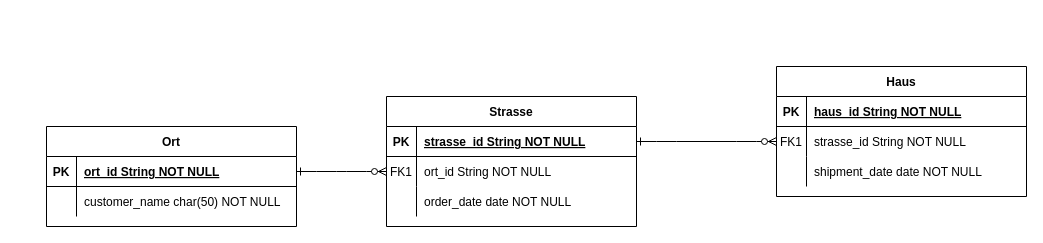
The draw.io diagram Unbenanntes Diagramm.drawio in ferreric/ffhs_dbs, before the edit. Source tidied: cells renumbered, new cells numbered last; positions are measured from the earlier drawing's top-left corner, leaving out a move shared by most shapes. Both pictures are drawn from the tidied source at 100%, with x=0, y=0 at pixel (46, 66).
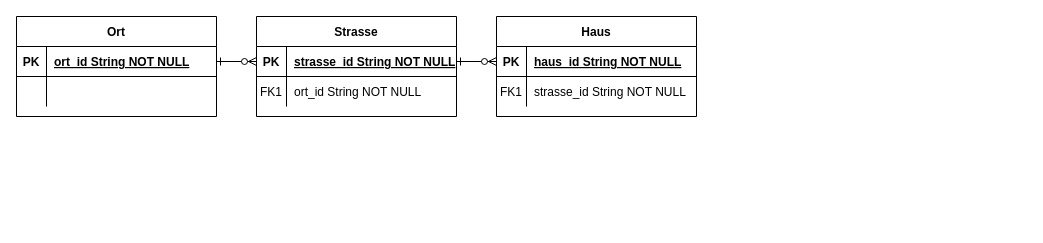
The same page after the edit.

The edit, as a diff of the source:
```diff
@@
-    <mxCell id="2" style="edgeStyle=entityRelationEdgeStyle;endArrow=ERzeroToMany;startArrow=ERone;endFill=1;startFill=0;" parent="1" edge="1" source="25" target="8">
+    <mxCell id="2" style="edgeStyle=entityRelationEdgeStyle;endArrow=ERzeroToMany;startArrow=ERone;endFill=1;startFill=0;" parent="1" edge="1" source="25" target="5">
       <mxGeometry relative="1" as="geometry" />
     </mxCell>
-    <mxCell id="3" style="edgeStyle=entityRelationEdgeStyle;endArrow=ERzeroToMany;startArrow=ERone;endFill=1;startFill=0;" parent="1" edge="1" source="5" target="18">
+    <mxCell id="3" style="edgeStyle=entityRelationEdgeStyle;endArrow=ERzeroToMany;startArrow=ERone;endFill=1;startFill=0;entryX=0;entryY=0.5;entryDx=0;entryDy=0;" parent="1" edge="1" source="5" target="15">
       <mxGeometry relative="1" as="geometry" />
     </mxCell>
     <mxCell id="4" value="Strasse" style="shape=table;startSize=30;childLayout=tableLayout;rowLines=0;fontStyle=1;align=center;" parent="1" vertex="1">
-      <mxGeometry x="340" y="30" width="250" height="130" as="geometry" />
+      <mxGeometry x="210" y="-50" width="200" height="100" as="geometry" />
     </mxCell>
     <mxCell id="5" style="shape=partialRectangle;fillColor=none;points=[[0,0.5],[1,0.5]];portConstraint=eastwest;top=0;left=0;right=0;bottom=1;" parent="4" vertex="1">
-      <mxGeometry y="30" width="250" height="30" as="geometry" />
+      <mxGeometry y="30" width="200" height="30" as="geometry" />
     </mxCell>
@@
     <mxCell id="7" value="strasse_id String NOT NULL " style="shape=partialRectangle;overflow=hidden;fillColor=none;top=0;left=0;bottom=0;right=0;align=left;spacingLeft=6;fontStyle=5;" parent="5" vertex="1">
-      <mxGeometry x="30" width="220" height="30" as="geometry" />
+      <mxGeometry x="30" width="170" height="30" as="geometry" />
     </mxCell>
     <mxCell id="8" style="shape=partialRectangle;fillColor=none;points=[[0,0.5],[1,0.5]];portConstraint=eastwest;top=0;left=0;right=0;bottom=0;" parent="4" vertex="1">
-      <mxGeometry y="60" width="250" height="30" as="geometry" />
+      <mxGeometry y="60" width="200" height="30" as="geometry" />
     </mxCell>
@@
     <mxCell id="10" value="ort_id String NOT NULL" style="shape=partialRectangle;overflow=hidden;fillColor=none;top=0;left=0;bottom=0;right=0;align=left;spacingLeft=6;" parent="8" vertex="1">
-      <mxGeometry x="30" width="220" height="30" as="geometry" />
+      <mxGeometry x="30" width="170" height="30" as="geometry" />
     </mxCell>
-    <mxCell id="11" style="shape=partialRectangle;fillColor=none;top=0;left=0;right=0;bottom=0;" parent="4" vertex="1">
-      <mxGeometry y="90" width="250" height="30" as="geometry" />
-    </mxCell>
-    <mxCell id="12" style="shape=partialRectangle;overflow=hidden;fillColor=none;top=0;left=0;bottom=0;right=0;" parent="11" vertex="1">
-      <mxGeometry width="30" height="30" as="geometry" />
-    </mxCell>
-    <mxCell id="13" value="order_date date NOT NULL" style="shape=partialRectangle;overflow=hidden;fillColor=none;top=0;left=0;bottom=0;right=0;align=left;spacingLeft=6;" parent="11" vertex="1">
-      <mxGeometry x="30" width="220" height="30" as="geometry" />
-    </mxCell>
     <mxCell id="14" value="Haus" style="shape=table;startSize=30;childLayout=tableLayout;rowLines=0;fontStyle=1;align=center;" parent="1" vertex="1">
-      <mxGeometry x="730" width="250" height="130" as="geometry" />
+      <mxGeometry x="450" y="-50" width="200" height="100" as="geometry" />
     </mxCell>
     <mxCell id="15" style="shape=partialRectangle;fillColor=none;points=[[0,0.5],[1,0.5]];portConstraint=eastwest;top=0;left=0;right=0;bottom=1;" parent="14" vertex="1">
-      <mxGeometry y="30" width="250" height="30" as="geometry" />
+      <mxGeometry y="30" width="200" height="30" as="geometry" />
     </mxCell>
@@
     <mxCell id="17" value="haus_id String NOT NULL " style="shape=partialRectangle;overflow=hidden;fillColor=none;top=0;left=0;bottom=0;right=0;align=left;spacingLeft=6;fontStyle=5;" parent="15" vertex="1">
-      <mxGeometry x="30" width="220" height="30" as="geometry" />
+      <mxGeometry x="30" width="170" height="30" as="geometry" />
     </mxCell>
     <mxCell id="18" style="shape=partialRectangle;fillColor=none;points=[[0,0.5],[1,0.5]];portConstraint=eastwest;top=0;left=0;right=0;bottom=0;" parent="14" vertex="1">
-      <mxGeometry y="60" width="250" height="30" as="geometry" />
+      <mxGeometry y="60" width="200" height="30" as="geometry" />
     </mxCell>
@@
     <mxCell id="20" value="strasse_id String NOT NULL" style="shape=partialRectangle;overflow=hidden;fillColor=none;top=0;left=0;bottom=0;right=0;align=left;spacingLeft=6;" parent="18" vertex="1">
-      <mxGeometry x="30" width="220" height="30" as="geometry" />
+      <mxGeometry x="30" width="170" height="30" as="geometry" />
     </mxCell>
-    <mxCell id="21" style="shape=partialRectangle;fillColor=none;top=0;left=0;right=0;bottom=0;" parent="14" vertex="1">
-      <mxGeometry y="90" width="250" height="30" as="geometry" />
-    </mxCell>
-    <mxCell id="22" style="shape=partialRectangle;overflow=hidden;fillColor=none;top=0;left=0;bottom=0;right=0;" parent="21" vertex="1">
-      <mxGeometry width="30" height="30" as="geometry" />
-    </mxCell>
-    <mxCell id="23" value="shipment_date date NOT NULL" style="shape=partialRectangle;overflow=hidden;fillColor=none;top=0;left=0;bottom=0;right=0;align=left;spacingLeft=6;" parent="21" vertex="1">
-      <mxGeometry x="30" width="220" height="30" as="geometry" />
-    </mxCell>
     <mxCell id="24" value="Ort" style="shape=table;startSize=30;childLayout=tableLayout;rowLines=0;fontStyle=1;align=center;" parent="1" vertex="1">
-      <mxGeometry y="60" width="250" height="100" as="geometry" />
+      <mxGeometry x="-30" y="-50" width="200" height="100" as="geometry" />
     </mxCell>
     <mxCell id="25" style="shape=partialRectangle;fillColor=none;points=[[0,0.5],[1,0.5]];portConstraint=eastwest;top=0;left=0;right=0;bottom=1;" parent="24" vertex="1">
-      <mxGeometry y="30" width="250" height="30" as="geometry" />
+      <mxGeometry y="30" width="200" height="30" as="geometry" />
     </mxCell>
@@
     <mxCell id="27" value="ort_id String NOT NULL " style="shape=partialRectangle;overflow=hidden;fillColor=none;top=0;left=0;bottom=0;right=0;align=left;spacingLeft=6;fontStyle=5;" parent="25" vertex="1">
-      <mxGeometry x="30" width="220" height="30" as="geometry" />
+      <mxGeometry x="30" width="170" height="30" as="geometry" />
     </mxCell>
     <mxCell id="28" style="shape=partialRectangle;fillColor=none;top=0;left=0;right=0;bottom=0;" parent="24" vertex="1">
-      <mxGeometry y="60" width="250" height="30" as="geometry" />
+      <mxGeometry y="60" width="200" height="30" as="geometry" />
     </mxCell>
@@
-    <mxCell id="30" value="customer_name char(50) NOT NULL" style="shape=partialRectangle;overflow=hidden;fillColor=none;top=0;left=0;bottom=0;right=0;align=left;spacingLeft=6;" parent="28" vertex="1">
-      <mxGeometry x="30" width="220" height="30" as="geometry" />
+    <mxCell id="30" style="shape=partialRectangle;overflow=hidden;fillColor=none;top=0;left=0;bottom=0;right=0;align=left;spacingLeft=6;" parent="28" vertex="1">
+      <mxGeometry x="30" width="170" height="30" as="geometry" />
     </mxCell>
```
